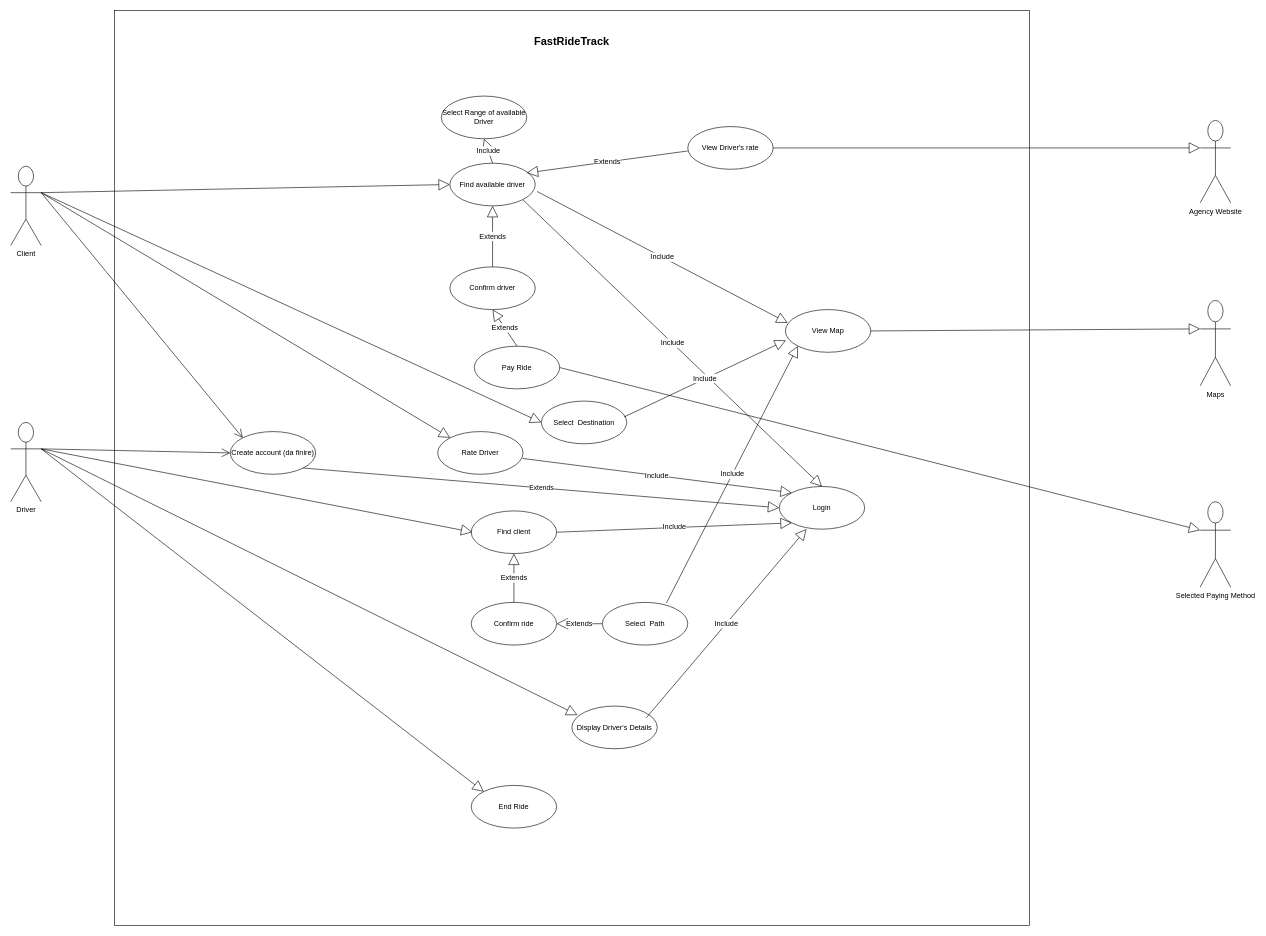
This is UCD/UseCaseDiagram.drawio from AlexSoare27/FastRideTrack, a draw.io file, before an edit. Source tidied: cells renumbered, new cells numbered last; positions are measured from the earlier drawing's top-left corner, leaving out a move shared by most shapes. Both pictures are drawn from the tidied source at 61%, with x=0, y=0 at pixel (10, 10).
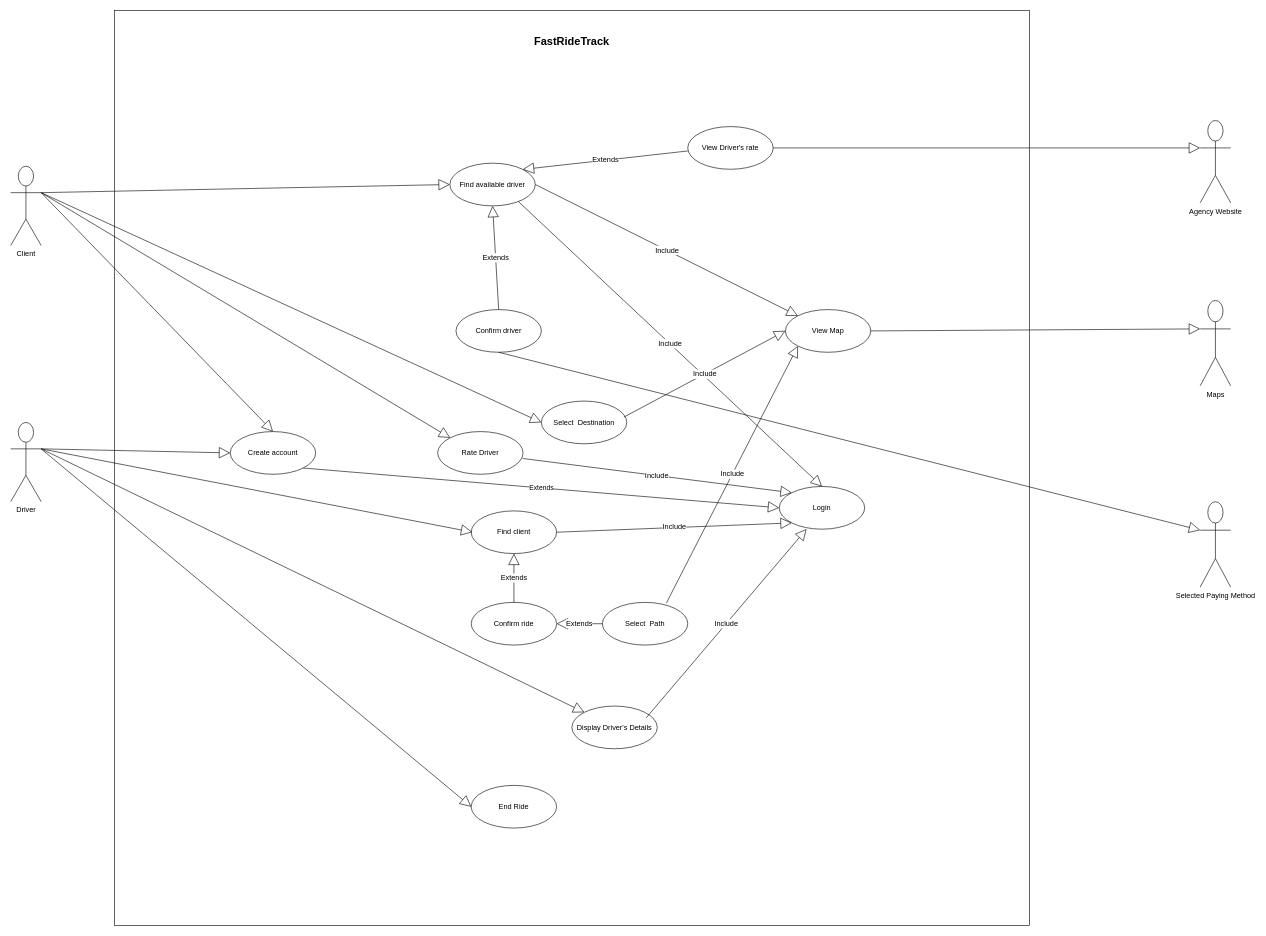
The same page after the edit.

Unchanged cells that the change refers to:
```xml
<mxCell id="3" value="Client" style="shape=umlActor;verticalLabelPosition=bottom;verticalAlign=top;html=1;outlineConnect=0;" parent="1" vertex="1">
  <mxGeometry y="255" width="50" height="130" as="geometry" />
</mxCell>
<mxCell id="4" value="Driver&lt;br&gt;" style="shape=umlActor;verticalLabelPosition=bottom;verticalAlign=top;html=1;" parent="1" vertex="1">
  <mxGeometry y="675" width="50" height="130" as="geometry" />
</mxCell>
<mxCell id="7" value="Login" style="ellipse;whiteSpace=wrap;html=1;" parent="1" vertex="1">
  <mxGeometry x="1260" y="780" width="140" height="70" as="geometry" />
</mxCell>
<mxCell id="8" value="Find available driver" style="ellipse;whiteSpace=wrap;html=1;strokeColor=default;align=center;verticalAlign=middle;fontFamily=Helvetica;fontSize=12;fontColor=default;fillColor=default;" parent="1" vertex="1">
  <mxGeometry x="720" y="250" width="140" height="70" as="geometry" />
</mxCell>
<mxCell id="9" value="View Map" style="ellipse;whiteSpace=wrap;html=1;strokeColor=default;align=center;verticalAlign=middle;fontFamily=Helvetica;fontSize=12;fontColor=default;fillColor=default;" parent="1" vertex="1">
  <mxGeometry x="1270" y="490" width="140" height="70" as="geometry" />
</mxCell>
<mxCell id="26" value="Selected Paying Method&lt;br&gt;" style="shape=umlActor;verticalLabelPosition=bottom;verticalAlign=top;html=1;strokeColor=default;align=center;fontFamily=Helvetica;fontSize=12;fontColor=default;fillColor=default;" parent="1" vertex="1">
  <mxGeometry x="1950" y="805" width="50" height="140" as="geometry" />
</mxCell>
<mxCell id="32" value="Display Driver's Details" style="ellipse;whiteSpace=wrap;html=1;strokeColor=default;align=center;verticalAlign=middle;fontFamily=Helvetica;fontSize=12;fontColor=default;fillColor=default;" parent="1" vertex="1">
  <mxGeometry x="920" y="1140" width="140" height="70" as="geometry" />
</mxCell>
<mxCell id="38" value="Select&amp;nbsp; Destination" style="ellipse;whiteSpace=wrap;html=1;strokeColor=default;align=center;verticalAlign=middle;fontFamily=Helvetica;fontSize=12;fontColor=default;fillColor=default;" parent="1" vertex="1">
  <mxGeometry x="870" y="640" width="140" height="70" as="geometry" />
</mxCell>
<mxCell id="43" value="End Ride" style="ellipse;whiteSpace=wrap;html=1;strokeColor=default;align=center;verticalAlign=middle;fontFamily=Helvetica;fontSize=12;fontColor=default;fillColor=default;" parent="1" vertex="1">
  <mxGeometry x="755" y="1270" width="140" height="70" as="geometry" />
</mxCell>
```

What changed in the source:
```diff
@@
-    <mxCell id="10" value="Include" style="endArrow=block;endSize=16;endFill=0;html=1;rounded=0;fontFamily=Helvetica;fontSize=12;fontColor=default;exitX=1;exitY=1;exitDx=0;exitDy=0;entryX=0.5;entryY=0;entryDx=0;entryDy=0;" parent="1" edge="1" source="8" target="7">
+    <mxCell id="10" value="Include" style="endArrow=block;endSize=16;endFill=0;html=1;rounded=0;fontFamily=Helvetica;fontSize=12;fontColor=default;exitX=0.801;exitY=0.896;exitDx=0;exitDy=0;entryX=0.5;entryY=0;entryDx=0;entryDy=0;exitPerimeter=0;" parent="1" edge="1" source="8" target="7">
       <mxGeometry relative="1" as="geometry" />
     </mxCell>
@@
     <mxCell id="15" value="Confirm driver" style="ellipse;whiteSpace=wrap;html=1;strokeColor=default;align=center;verticalAlign=middle;fontFamily=Helvetica;fontSize=12;fontColor=default;fillColor=default;" parent="1" vertex="1">
-      <mxGeometry x="720" y="420" width="140" height="70" as="geometry" />
+      <mxGeometry x="730" y="490" width="140" height="70" as="geometry" />
     </mxCell>
@@
-    <mxCell id="22" value="Extends" style="endArrow=block;endSize=16;endFill=0;html=1;rounded=0;fontFamily=Helvetica;fontSize=12;fontColor=default;entryX=0.961;entryY=0.729;entryDx=0;entryDy=0;entryPerimeter=0;" parent="1" edge="1">
+    <mxCell id="22" value="Extends" style="endArrow=block;endSize=16;endFill=0;html=1;rounded=0;fontFamily=Helvetica;fontSize=12;fontColor=default;entryX=1;entryY=0;entryDx=0;entryDy=0;" parent="1" edge="1" target="8">
       <mxGeometry relative="1" as="geometry">
         <mxPoint x="1110" y="230" as="sourcePoint" />
-        <mxPoint x="846" y="266" as="targetPoint" />
       </mxGeometry>
     </mxCell>
@@
-    <mxCell id="24" value="Pay Ride" style="ellipse;whiteSpace=wrap;html=1;strokeColor=default;align=center;verticalAlign=middle;fontFamily=Helvetica;fontSize=12;fontColor=default;fillColor=default;" parent="1" vertex="1">
-      <mxGeometry x="760" y="550" width="140" height="70" as="geometry" />
-    </mxCell>
-    <mxCell id="25" value="Extends" style="endArrow=block;endSize=16;endFill=0;html=1;rounded=0;fontFamily=Helvetica;fontSize=12;fontColor=default;exitX=0.5;exitY=0;exitDx=0;exitDy=0;entryX=0.5;entryY=1;entryDx=0;entryDy=0;" parent="1" edge="1" source="24" target="15">
-      <mxGeometry relative="1" as="geometry" />
-    </mxCell>
@@
-    <mxCell id="27" style="endArrow=block;endSize=16;endFill=0;html=1;rounded=0;fontFamily=Helvetica;fontSize=12;fontColor=default;exitX=1;exitY=0.5;exitDx=0;exitDy=0;entryX=0;entryY=0.3333333333333333;entryDx=0;entryDy=0;entryPerimeter=0;" parent="1" edge="1" source="24" target="26">
+    <mxCell id="27" style="endArrow=block;endSize=16;endFill=0;html=1;rounded=0;fontFamily=Helvetica;fontSize=12;fontColor=default;exitX=0.5;exitY=1;exitDx=0;exitDy=0;entryX=0;entryY=0.3333333333333333;entryDx=0;entryDy=0;entryPerimeter=0;" parent="1" edge="1" source="15" target="26">
       <mxGeometry relative="1" as="geometry" />
     </mxCell>
@@
-    <mxCell id="30" value="Select Range of available Driver" style="ellipse;whiteSpace=wrap;html=1;strokeColor=default;align=center;verticalAlign=middle;fontFamily=Helvetica;fontSize=12;fontColor=default;fillColor=default;" parent="1" vertex="1">
-      <mxGeometry x="706" y="140" width="140" height="70" as="geometry" />
-    </mxCell>
-    <mxCell id="31" value="Include" style="endArrow=block;endSize=16;endFill=0;html=1;rounded=0;fontFamily=Helvetica;fontSize=12;fontColor=default;exitX=0.5;exitY=0;exitDx=0;exitDy=0;entryX=0.5;entryY=1;entryDx=0;entryDy=0;" parent="1" edge="1" source="8" target="30">
-      <mxGeometry relative="1" as="geometry" />
-    </mxCell>
@@
-    <mxCell id="33" style="endArrow=block;endSize=16;endFill=0;html=1;rounded=0;fontFamily=Helvetica;fontSize=12;fontColor=default;exitX=1;exitY=0.3333333333333333;exitDx=0;exitDy=0;exitPerimeter=0;entryX=0.066;entryY=0.21;entryDx=0;entryDy=0;entryPerimeter=0;" parent="1" edge="1" source="4" target="32">
+    <mxCell id="33" style="endArrow=block;endSize=16;endFill=0;html=1;rounded=0;fontFamily=Helvetica;fontSize=12;fontColor=default;exitX=1;exitY=0.3333333333333333;exitDx=0;exitDy=0;exitPerimeter=0;entryX=0;entryY=0;entryDx=0;entryDy=0;" parent="1" edge="1" source="4" target="32">
       <mxGeometry relative="1" as="geometry" />
     </mxCell>
@@
-    <mxCell id="40" value="Include" style="endArrow=block;endSize=16;endFill=0;html=1;rounded=0;fontFamily=Helvetica;fontSize=12;fontColor=default;exitX=0.966;exitY=0.375;exitDx=0;exitDy=0;exitPerimeter=0;entryX=0.006;entryY=0.722;entryDx=0;entryDy=0;entryPerimeter=0;" parent="1" edge="1" source="38" target="9">
+    <mxCell id="40" value="Include" style="endArrow=block;endSize=16;endFill=0;html=1;rounded=0;fontFamily=Helvetica;fontSize=12;fontColor=default;exitX=0.966;exitY=0.375;exitDx=0;exitDy=0;exitPerimeter=0;entryX=0;entryY=0.5;entryDx=0;entryDy=0;" parent="1" edge="1" source="38" target="9">
       <mxGeometry relative="1" as="geometry" />
     </mxCell>
-    <mxCell id="41" value="Include" style="endArrow=block;endSize=16;endFill=0;html=1;rounded=0;fontFamily=Helvetica;fontSize=12;fontColor=default;exitX=1.021;exitY=0.663;exitDx=0;exitDy=0;exitPerimeter=0;entryX=0.027;entryY=0.311;entryDx=0;entryDy=0;entryPerimeter=0;" parent="1" edge="1" source="8" target="9">
+    <mxCell id="41" value="Include" style="endArrow=block;endSize=16;endFill=0;html=1;rounded=0;fontFamily=Helvetica;fontSize=12;fontColor=default;exitX=1;exitY=0.5;exitDx=0;exitDy=0;" parent="1" edge="1" source="8" target="9">
       <mxGeometry relative="1" as="geometry" />
     </mxCell>
@@
-    <mxCell id="44" style="endArrow=block;endSize=16;endFill=0;html=1;rounded=0;fontFamily=Helvetica;fontSize=12;fontColor=default;exitX=1;exitY=0.3333333333333333;exitDx=0;exitDy=0;exitPerimeter=0;entryX=0;entryY=0;entryDx=0;entryDy=0;" parent="1" edge="1" source="4" target="43">
+    <mxCell id="44" style="endArrow=block;endSize=16;endFill=0;html=1;rounded=0;fontFamily=Helvetica;fontSize=12;fontColor=default;exitX=1;exitY=0.3333333333333333;exitDx=0;exitDy=0;exitPerimeter=0;entryX=0;entryY=0.5;entryDx=0;entryDy=0;" parent="1" edge="1" source="4" target="43">
       <mxGeometry relative="1" as="geometry" />
     </mxCell>
-    <mxCell id="45" value="Create account (da finire)" style="ellipse;whiteSpace=wrap;html=1;" parent="1" vertex="1">
+    <mxCell id="45" value="Create account" style="ellipse;whiteSpace=wrap;html=1;" parent="1" vertex="1">
       <mxGeometry x="360" y="690" width="140" height="70" as="geometry" />
     </mxCell>
+    <mxCell id="48" value="Extends" style="endArrow=block;endSize=16;endFill=0;html=1;rounded=0;entryX=0;entryY=0.5;entryDx=0;entryDy=0;exitX=1;exitY=1;exitDx=0;exitDy=0;" parent="1" edge="1" source="45" target="7">
+      <mxGeometry relative="1" as="geometry" />
+    </mxCell>
+    <mxCell id="47" style="endArrow=block;endSize=16;endFill=0;html=1;rounded=0;exitX=1;exitY=0.3333333333333333;exitDx=0;exitDy=0;exitPerimeter=0;entryX=0.5;entryY=0;entryDx=0;entryDy=0;" parent="1" edge="1" source="3" target="45">
+      <mxGeometry relative="1" as="geometry" />
+    </mxCell>
-    <mxCell id="46" style="endArrow=open;endFill=1;endSize=12;html=1;rounded=0;exitX=1;exitY=0.3333333333333333;exitDx=0;exitDy=0;exitPerimeter=0;entryX=0;entryY=0.5;entryDx=0;entryDy=0;" parent="1" edge="1" source="4" target="45">
+    <mxCell id="46" style="endArrow=block;endSize=16;endFill=0;html=1;rounded=0;exitX=1;exitY=0.3333333333333333;exitDx=0;exitDy=0;exitPerimeter=0;entryX=0;entryY=0.5;entryDx=0;entryDy=0;" parent="1" edge="1" source="4" target="45">
       <mxGeometry relative="1" as="geometry" />
     </mxCell>
-    <mxCell id="47" style="endArrow=open;endFill=1;endSize=12;html=1;rounded=0;exitX=1;exitY=0.3333333333333333;exitDx=0;exitDy=0;exitPerimeter=0;entryX=0;entryY=0;entryDx=0;entryDy=0;" parent="1" edge="1" source="3" target="45">
-      <mxGeometry relative="1" as="geometry" />
-    </mxCell>
-    <mxCell id="48" value="Extends" style="endArrow=block;endSize=16;endFill=0;html=1;rounded=0;exitX=1;exitY=1;exitDx=0;exitDy=0;entryX=0;entryY=0.5;entryDx=0;entryDy=0;" parent="1" edge="1" source="45" target="7">
-      <mxGeometry relative="1" as="geometry" />
-    </mxCell>
```
